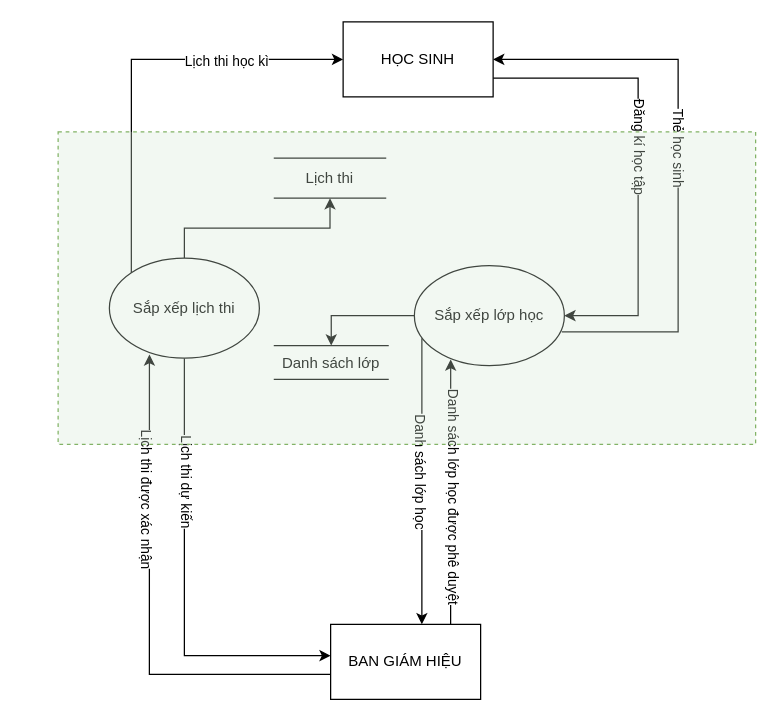
Earlier version of the draw.io diagram 2.2.3.c.drawio (TLGKien/graph). Source tidied: cells renumbered, new cells numbered last; positions are measured from the earlier drawing's top-left corner, leaving out a move shared by most shapes. Both pictures are drawn from the tidied source at 125%, with x=0, y=0 at pixel (58, 21).
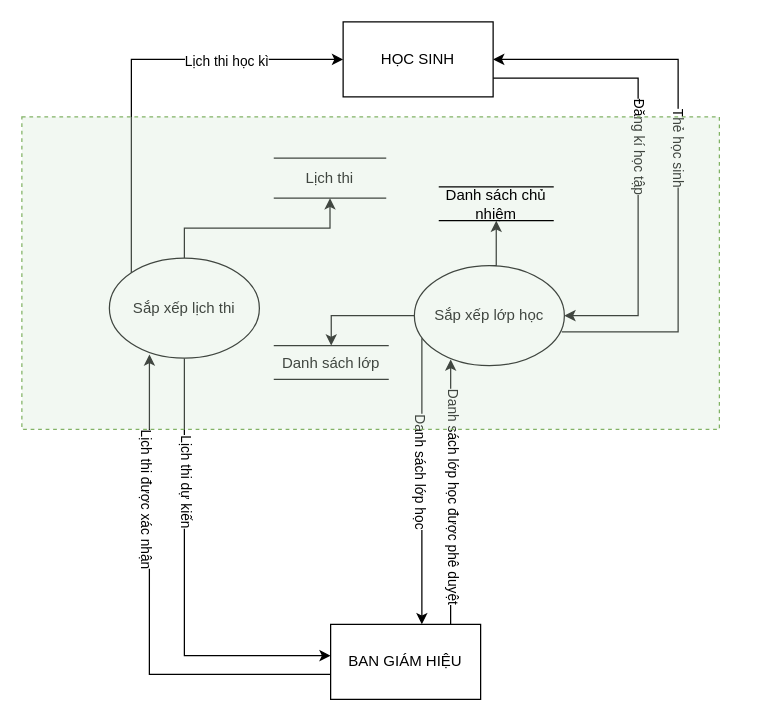
Above is the later version.

The change refers to these unchanged cells:
```xml
<mxCell id="19" value="Sắp xếp lớp học" style="ellipse;whiteSpace=wrap;html=1;" parent="1" vertex="1">
  <mxGeometry x="285" y="195" width="120" height="80" as="geometry" />
</mxCell>
```

Diff of the diagram source:
```diff
@@
+    <mxCell id="25" style="edgeStyle=orthogonalEdgeStyle;rounded=0;jettySize=auto;html=1;exitX=0.5;exitY=0;exitDx=0;exitDy=0;entryX=0.5;entryY=1;entryDx=0;entryDy=0;" parent="1" edge="1" source="19" target="26">
+      <mxGeometry relative="1" as="geometry" />
+    </mxCell>
@@
     <mxCell id="24" style="rounded=0;whiteSpace=wrap;html=1;fillColor=#d5e8d4;strokeColor=#82b366;dashed=1;fillOpacity=30;" parent="1" vertex="1">
-      <mxGeometry y="88" width="558" height="250" as="geometry" />
+      <mxGeometry x="-29" y="76" width="558" height="250" as="geometry" />
     </mxCell>
+    <mxCell id="26" value="Danh sách chủ nhiệm" style="shape=partialRectangle;whiteSpace=wrap;html=1;left=0;right=0;fillColor=none;rounded=0;shadow=0;glass=0;sketch=0;" parent="1" vertex="1">
+      <mxGeometry x="305" y="132" width="91" height="27" as="geometry" />
+    </mxCell>
```
